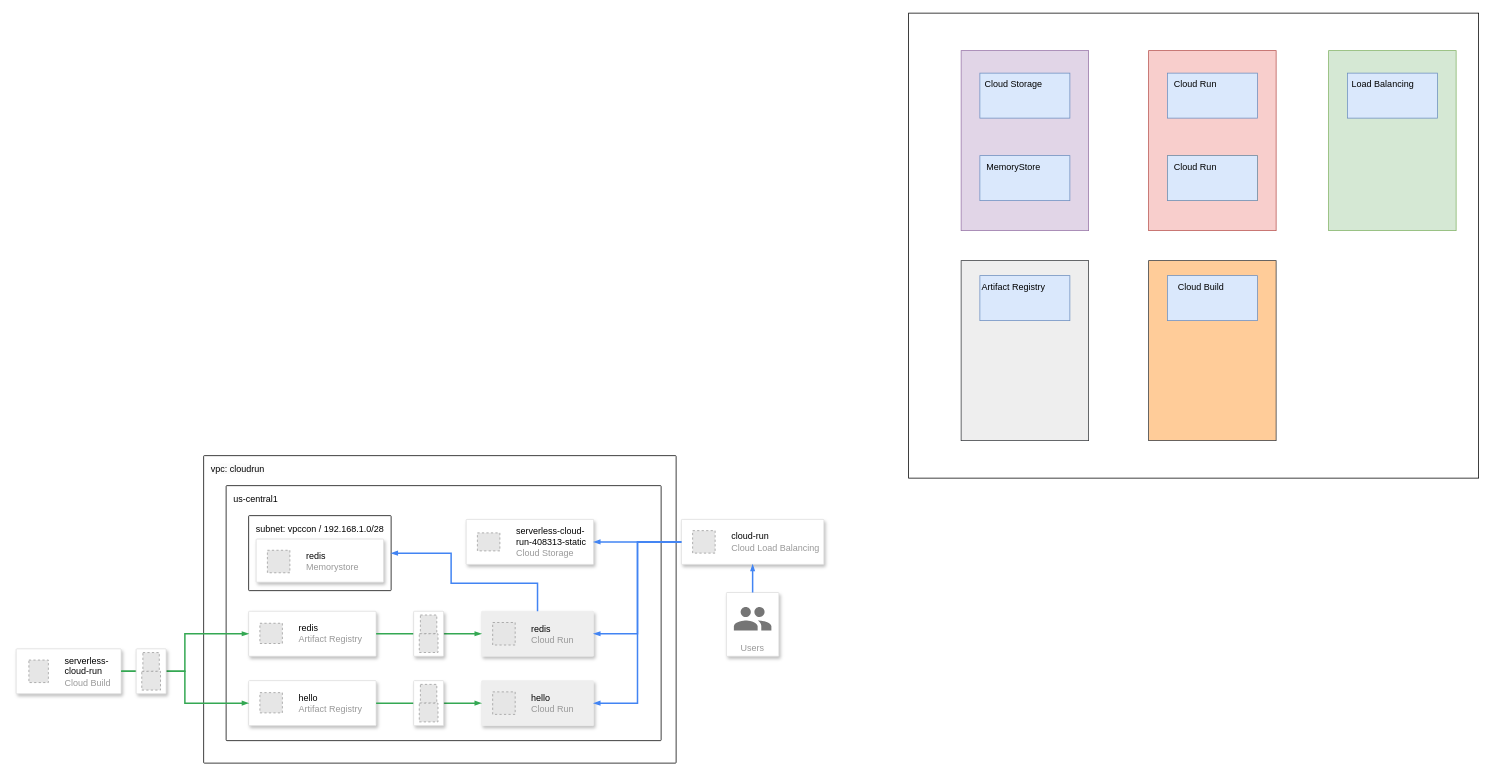
Earlier version of the draw.io diagram serverless-cloud-run.drawio (danielsidauruk/serverless-cloud-run). Source tidied: cells renumbered, new cells numbered last; positions are measured from the earlier drawing's top-left corner, leaving out a move shared by most shapes. Both pictures are drawn from the tidied source at 75%, with x=0, y=0 at pixel (16, 13). Pictures stored in the file or linked from it are replaced by grey dashed boxes.
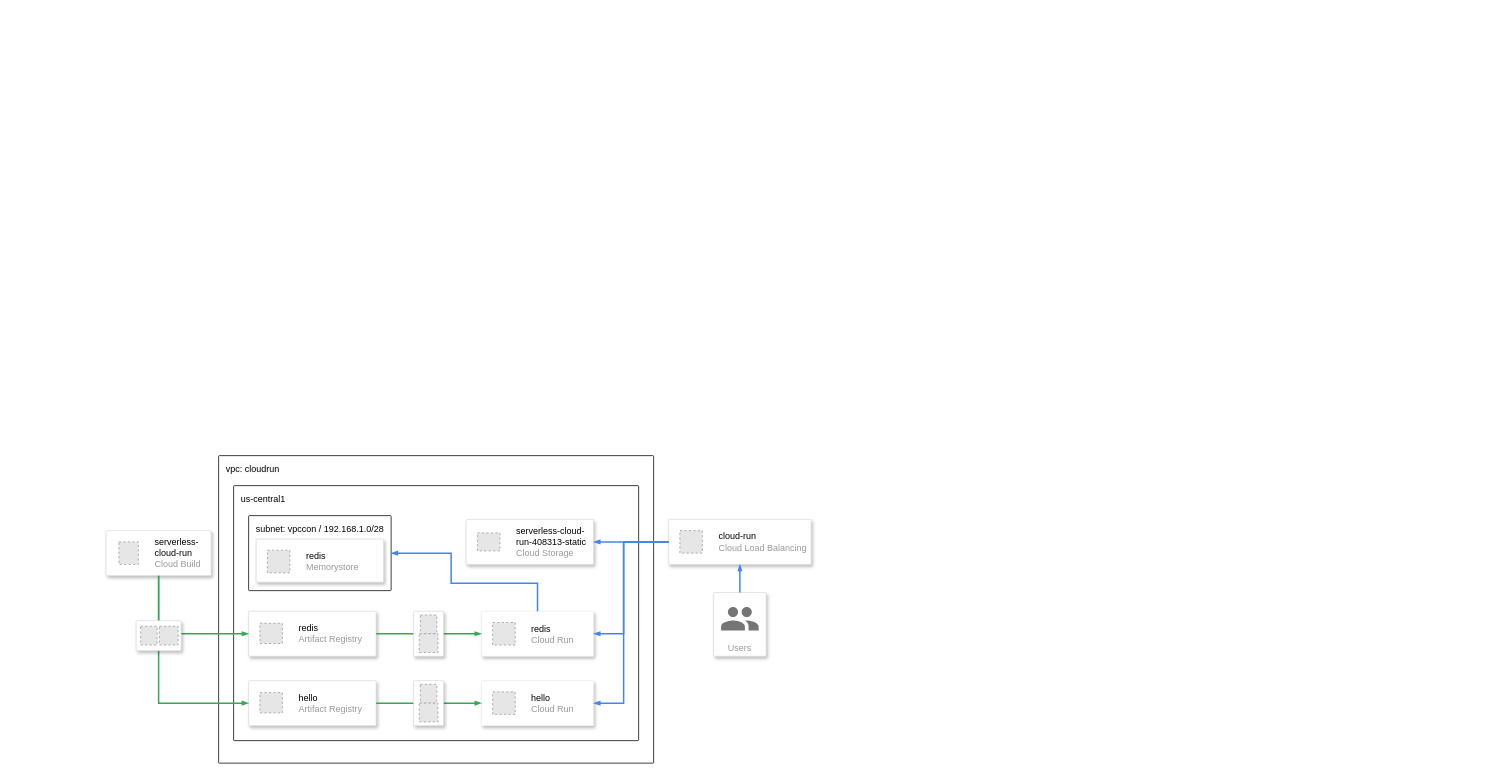
The same page after the edit.

The change refers to these unchanged cells:
```xml
<mxCell id="34" style="strokeColor=#dddddd;shadow=1;strokeWidth=1;rounded=1;absoluteArcSize=1;arcSize=2;" parent="1" vertex="1">
  <mxGeometry x="310" y="890" width="170" height="60" as="geometry" />
</mxCell>
<mxCell id="43" style="strokeColor=#dddddd;shadow=1;strokeWidth=1;rounded=1;absoluteArcSize=1;arcSize=2;" parent="1" vertex="1">
  <mxGeometry x="310" y="797.5" width="170" height="60" as="geometry" />
</mxCell>
```

The edit, as a diff of the source:
```diff
@@
     <mxCell id="2" value="&lt;span style=&quot;color: rgb(0, 0, 0); font-family: Helvetica; font-size: 12px; font-style: normal; font-variant-ligatures: normal; font-variant-caps: normal; font-weight: 400; letter-spacing: normal; orphans: 2; text-align: left; text-indent: 0px; text-transform: none; widows: 2; word-spacing: 0px; -webkit-text-stroke-width: 0px; background-color: rgb(251, 251, 251); text-decoration-thickness: initial; text-decoration-style: initial; text-decoration-color: initial; float: none; display: inline !important;&quot;&gt;vpc: cloudrun&lt;/span&gt;" style="sketch=0;rounded=1;absoluteArcSize=1;arcSize=2;html=1;shadow=0;dashed=0;fontSize=12;align=left;verticalAlign=top;spacing=10;spacingTop=-4;whiteSpace=wrap;" parent="1" vertex="1">
-      <mxGeometry x="250" y="590" width="630" height="410" as="geometry" />
+      <mxGeometry x="270" y="590" width="580" height="410" as="geometry" />
     </mxCell>
-    <mxCell id="3" style="rounded=0;whiteSpace=wrap;html=1;fillColor=none;" parent="1" vertex="1">
-      <mxGeometry x="1190" width="760" height="620" as="geometry" />
-    </mxCell>
-    <mxCell id="4" style="rounded=0;whiteSpace=wrap;html=1;fillColor=#d5e8d4;strokeColor=#82b366;" parent="1" vertex="1">
-      <mxGeometry x="1750" y="50" width="170" height="240" as="geometry" />
-    </mxCell>
-    <mxCell id="5" style="rounded=0;whiteSpace=wrap;html=1;fillColor=#dae8fc;strokeColor=#6c8ebf;" parent="1" vertex="1">
-      <mxGeometry x="1775" y="80" width="120" height="60" as="geometry" />
-    </mxCell>
-    <mxCell id="6" value="Load Balancing" style="text;html=1;strokeColor=none;fillColor=none;align=center;verticalAlign=middle;whiteSpace=wrap;rounded=0;" parent="1" vertex="1">
-      <mxGeometry x="1775" y="80" width="95" height="30" as="geometry" />
-    </mxCell>
-    <mxCell id="7" style="rounded=0;whiteSpace=wrap;html=1;fillColor=#f8cecc;strokeColor=#b85450;" parent="1" vertex="1">
-      <mxGeometry x="1510" y="50" width="170" height="240" as="geometry" />
-    </mxCell>
-    <mxCell id="8" style="group;" parent="1" vertex="1">
-      <mxGeometry x="1535" y="80" width="120" height="60" as="geometry" />
-    </mxCell>
-    <mxCell id="9" style="rounded=0;whiteSpace=wrap;html=1;fillColor=#dae8fc;strokeColor=#6c8ebf;" parent="8" vertex="1">
-      <mxGeometry width="120" height="60" as="geometry" />
-    </mxCell>
-    <mxCell id="10" value="Cloud Run" style="text;html=1;strokeColor=none;fillColor=none;align=center;verticalAlign=middle;whiteSpace=wrap;rounded=0;" parent="8" vertex="1">
-      <mxGeometry width="75" height="30" as="geometry" />
-    </mxCell>
-    <mxCell id="11" style="group;fillColor=#ffe6cc;strokeColor=#d79b00;" parent="1" vertex="1">
-      <mxGeometry x="1535" y="190" width="120" height="60" as="geometry" />
-    </mxCell>
-    <mxCell id="12" style="rounded=0;whiteSpace=wrap;html=1;fillColor=#dae8fc;strokeColor=#6c8ebf;" parent="11" vertex="1">
-      <mxGeometry width="120" height="60" as="geometry" />
-    </mxCell>
-    <mxCell id="13" value="Cloud Run" style="text;html=1;strokeColor=none;fillColor=none;align=center;verticalAlign=middle;whiteSpace=wrap;rounded=0;" parent="11" vertex="1">
-      <mxGeometry width="75" height="30" as="geometry" />
-    </mxCell>
-    <mxCell id="14" style="rounded=0;whiteSpace=wrap;html=1;fillColor=#e1d5e7;strokeColor=#9673a6;" parent="1" vertex="1">
-      <mxGeometry x="1260" y="50" width="170" height="240" as="geometry" />
-    </mxCell>
-    <mxCell id="15" style="group;" parent="1" vertex="1">
-      <mxGeometry x="1285" y="80" width="120" height="60" as="geometry" />
-    </mxCell>
-    <mxCell id="16" style="rounded=0;whiteSpace=wrap;html=1;fillColor=#dae8fc;strokeColor=#6c8ebf;" parent="15" vertex="1">
-      <mxGeometry width="120" height="60" as="geometry" />
-    </mxCell>
-    <mxCell id="17" value="Cloud Storage" style="text;html=1;strokeColor=none;fillColor=none;align=center;verticalAlign=middle;whiteSpace=wrap;rounded=0;" parent="15" vertex="1">
-      <mxGeometry width="90" height="30" as="geometry" />
-    </mxCell>
-    <mxCell id="18" style="rounded=0;whiteSpace=wrap;html=1;fillColor=#dae8fc;strokeColor=#6c8ebf;" parent="1" vertex="1">
-      <mxGeometry x="1285" y="190" width="120" height="60" as="geometry" />
-    </mxCell>
-    <mxCell id="19" value="MemoryStore" style="text;html=1;strokeColor=none;fillColor=none;align=center;verticalAlign=middle;whiteSpace=wrap;rounded=0;" parent="1" vertex="1">
-      <mxGeometry x="1285" y="190" width="90" height="30" as="geometry" />
-    </mxCell>
-    <mxCell id="20" style="rounded=0;whiteSpace=wrap;html=1;fillColor=#eeeeee;strokeColor=#36393d;" parent="1" vertex="1">
-      <mxGeometry x="1260" y="330" width="170" height="240" as="geometry" />
-    </mxCell>
-    <mxCell id="21" style="rounded=0;whiteSpace=wrap;html=1;fillColor=#dae8fc;strokeColor=#6c8ebf;" parent="1" vertex="1">
-      <mxGeometry x="1285" y="350" width="120" height="60" as="geometry" />
-    </mxCell>
-    <mxCell id="22" value="Artifact Registry" style="text;html=1;strokeColor=none;fillColor=none;align=center;verticalAlign=middle;whiteSpace=wrap;rounded=0;" parent="1" vertex="1">
-      <mxGeometry x="1285" y="350" width="90" height="30" as="geometry" />
-    </mxCell>
-    <mxCell id="23" style="rounded=0;whiteSpace=wrap;html=1;fillColor=#ffcc99;strokeColor=#36393d;" parent="1" vertex="1">
-      <mxGeometry x="1510" y="330" width="170" height="240" as="geometry" />
-    </mxCell>
-    <mxCell id="24" style="rounded=0;whiteSpace=wrap;html=1;fillColor=#dae8fc;strokeColor=#6c8ebf;" parent="1" vertex="1">
-      <mxGeometry x="1535" y="350" width="120" height="60" as="geometry" />
-    </mxCell>
-    <mxCell id="25" value="Cloud Build" style="text;html=1;strokeColor=none;fillColor=none;align=center;verticalAlign=middle;whiteSpace=wrap;rounded=0;" parent="1" vertex="1">
-      <mxGeometry x="1535" y="350" width="90" height="30" as="geometry" />
-    </mxCell>
     <mxCell id="26" value="us-central1" style="sketch=0;rounded=1;absoluteArcSize=1;arcSize=2;html=1;shadow=0;dashed=0;fontSize=12;align=left;verticalAlign=top;spacing=10;spacingTop=-4;whiteSpace=wrap;" parent="1" vertex="1">
-      <mxGeometry x="280" y="630" width="580" height="340" as="geometry" />
+      <mxGeometry x="290" y="630" width="540" height="340" as="geometry" />
     </mxCell>
-    <mxCell id="27" style="strokeColor=#EEEEEE;shadow=1;strokeWidth=1;rounded=1;absoluteArcSize=1;arcSize=2;fillColor=#EEEEEE;" parent="1" vertex="1">
+    <mxCell id="27" style="strokeColor=#EEEEEE;shadow=1;strokeWidth=1;rounded=1;absoluteArcSize=1;arcSize=2;fillColor=default;" parent="1" vertex="1">
       <mxGeometry x="620.4" y="890" width="149.6" height="60" as="geometry" />
     </mxCell>
@@
     <mxCell id="32" style="strokeColor=#dddddd;shadow=1;strokeWidth=1;rounded=1;absoluteArcSize=1;arcSize=2;" parent="1" vertex="1">
-      <mxGeometry y="847.6" width="140" height="60" as="geometry" />
+      <mxGeometry x="120" y="690" width="140" height="60" as="geometry" />
     </mxCell>
@@
     <mxCell id="36" style="strokeColor=#dddddd;shadow=1;strokeWidth=1;rounded=1;absoluteArcSize=1;arcSize=2;" parent="1" vertex="1">
-      <mxGeometry x="887" y="675" width="190" height="60" as="geometry" />
+      <mxGeometry x="870" y="675" width="190" height="60" as="geometry" />
     </mxCell>
@@
-    <mxCell id="38" style="edgeStyle=orthogonalEdgeStyle;fontSize=12;html=1;endArrow=blockThin;endFill=1;rounded=0;strokeWidth=2;endSize=4;startSize=4;dashed=0;strokeColor=#4284F3;exitX=0;exitY=0.5;exitDx=0;exitDy=0;entryX=1;entryY=0.5;entryDx=0;entryDy=0;" parent="1" edge="1" source="36" target="27">
-      <mxGeometry relative="1" as="geometry" />
-    </mxCell>
@@
     <mxCell id="40" value="Users" style="strokeColor=#dddddd;shadow=1;strokeWidth=1;rounded=1;absoluteArcSize=1;arcSize=2;labelPosition=center;verticalLabelPosition=middle;align=center;verticalAlign=bottom;spacingLeft=0;fontColor=#999999;fontSize=12;whiteSpace=wrap;spacingBottom=2;html=1;" parent="1" vertex="1">
-      <mxGeometry x="947" y="772.5" width="70" height="85" as="geometry" />
+      <mxGeometry x="930" y="772.5" width="70" height="85" as="geometry" />
     </mxCell>
@@
-    <mxCell id="45" style="edgeStyle=orthogonalEdgeStyle;fontSize=12;html=1;endArrow=blockThin;endFill=1;rounded=0;strokeWidth=2;endSize=4;startSize=4;strokeColor=#34A853;dashed=0;exitX=1;exitY=0.5;exitDx=0;exitDy=0;entryX=0;entryY=0.5;entryDx=0;entryDy=0;" parent="1" edge="1" source="32" target="43">
-      <mxGeometry relative="1" as="geometry" />
-    </mxCell>
-    <mxCell id="46" style="strokeColor=#EEEEEE;shadow=1;strokeWidth=1;rounded=1;absoluteArcSize=1;arcSize=2;fillColor=#EEEEEE;" parent="1" vertex="1">
+    <mxCell id="46" style="strokeColor=#EEEEEE;shadow=1;strokeWidth=1;rounded=1;absoluteArcSize=1;arcSize=2;fillColor=default;" parent="1" vertex="1">
       <mxGeometry x="620.4" y="797.5" width="149.6" height="60" as="geometry" />
     </mxCell>
@@
-    <mxCell id="48" style="edgeStyle=orthogonalEdgeStyle;fontSize=12;html=1;endArrow=blockThin;endFill=1;rounded=0;strokeWidth=2;endSize=4;startSize=4;strokeColor=#34A853;dashed=0;exitX=1;exitY=0.5;exitDx=0;exitDy=0;entryX=0;entryY=0.5;entryDx=0;entryDy=0;" parent="1" edge="1" source="32" target="34">
-      <mxGeometry relative="1" as="geometry" />
-    </mxCell>
@@
-    <mxCell id="51" style="edgeStyle=orthogonalEdgeStyle;fontSize=12;html=1;endArrow=blockThin;endFill=1;rounded=0;strokeWidth=2;endSize=4;startSize=4;dashed=0;strokeColor=#4284F3;exitX=0;exitY=0.5;exitDx=0;exitDy=0;entryX=1;entryY=0.5;entryDx=0;entryDy=0;" parent="1" edge="1" source="36" target="46">
-      <mxGeometry relative="1" as="geometry" />
-    </mxCell>
@@
-    <mxCell id="56" style="group;" parent="1" vertex="1">
-      <mxGeometry x="160" y="847.6" width="40" height="60" as="geometry" />
-    </mxCell>
-    <mxCell id="57" style="strokeColor=#dddddd;shadow=1;strokeWidth=1;rounded=1;absoluteArcSize=1;arcSize=2;" parent="56" vertex="1">
-      <mxGeometry width="40" height="60" as="geometry" />
-    </mxCell>
-    <mxCell id="58" style="fillColor=#E6E6E6;strokeColor=#999999;dashed=1;verticalLabelPosition=bottom;labelBackgroundColor=default;verticalAlign=top;" parent="56" vertex="1">
-      <mxGeometry x="9" y="5" width="21.9" height="25" as="geometry" />
-    </mxCell>
-    <mxCell id="59" style="fillColor=#E6E6E6;strokeColor=#999999;dashed=1;verticalLabelPosition=bottom;labelBackgroundColor=default;verticalAlign=top;" parent="56" vertex="1">
-      <mxGeometry x="7.5" y="30" width="25" height="25" as="geometry" />
-    </mxCell>
@@
+    <mxCell id="45" style="edgeStyle=orthogonalEdgeStyle;fontSize=12;html=1;endArrow=blockThin;endFill=1;rounded=0;strokeWidth=2;endSize=4;startSize=4;strokeColor=#34A853;dashed=0;entryX=0;entryY=0.5;entryDx=0;entryDy=0;exitX=0.5;exitY=1;exitDx=0;exitDy=0;" parent="1" edge="1" source="32" target="43">
+      <mxGeometry relative="1" as="geometry" />
+    </mxCell>
+    <mxCell id="69" style="edgeStyle=orthogonalEdgeStyle;fontSize=12;html=1;endArrow=blockThin;endFill=1;rounded=0;strokeWidth=2;endSize=4;startSize=4;strokeColor=#34A853;dashed=0;entryX=0;entryY=0.5;entryDx=0;entryDy=0;" parent="1" edge="1" target="34">
+      <mxGeometry relative="1" as="geometry">
+        <mxPoint x="190" y="750" as="sourcePoint" />
+        <Array as="points">
+          <mxPoint x="190" y="920" />
+        </Array>
+      </mxGeometry>
+    </mxCell>
+    <mxCell id="56" style="group;" parent="1" vertex="1">
+      <mxGeometry x="160" y="810" width="60" height="40" as="geometry" />
+    </mxCell>
+    <mxCell id="57" style="strokeColor=#dddddd;shadow=1;strokeWidth=1;rounded=1;absoluteArcSize=1;arcSize=2;" parent="56" vertex="1">
+      <mxGeometry width="60" height="40" as="geometry" />
+    </mxCell>
+    <mxCell id="58" style="fillColor=#E6E6E6;strokeColor=#999999;dashed=1;verticalLabelPosition=bottom;labelBackgroundColor=default;verticalAlign=top;" parent="56" vertex="1">
+      <mxGeometry x="6.1" y="7.5" width="21.9" height="25" as="geometry" />
+    </mxCell>
+    <mxCell id="59" style="fillColor=#E6E6E6;strokeColor=#999999;dashed=1;verticalLabelPosition=bottom;labelBackgroundColor=default;verticalAlign=top;" parent="56" vertex="1">
+      <mxGeometry x="31" y="7.5" width="25" height="25" as="geometry" />
+    </mxCell>
+    <mxCell id="51" style="edgeStyle=orthogonalEdgeStyle;fontSize=12;html=1;endArrow=blockThin;endFill=1;rounded=0;strokeWidth=2;endSize=4;startSize=4;dashed=0;strokeColor=#4284F3;exitX=0;exitY=0.5;exitDx=0;exitDy=0;entryX=1;entryY=0.5;entryDx=0;entryDy=0;" parent="1" edge="1" source="36" target="46">
+      <mxGeometry relative="1" as="geometry">
+        <Array as="points">
+          <mxPoint x="810" y="705" />
+          <mxPoint x="810" y="828" />
+        </Array>
+      </mxGeometry>
+    </mxCell>
+    <mxCell id="38" style="edgeStyle=orthogonalEdgeStyle;fontSize=12;html=1;endArrow=blockThin;endFill=1;rounded=0;strokeWidth=2;endSize=4;startSize=4;dashed=0;strokeColor=#4284F3;exitX=0;exitY=0.5;exitDx=0;exitDy=0;entryX=1;entryY=0.5;entryDx=0;entryDy=0;" parent="1" edge="1" source="36" target="27">
+      <mxGeometry relative="1" as="geometry">
+        <Array as="points">
+          <mxPoint x="810" y="705" />
+          <mxPoint x="810" y="920" />
+        </Array>
+      </mxGeometry>
+    </mxCell>
```
